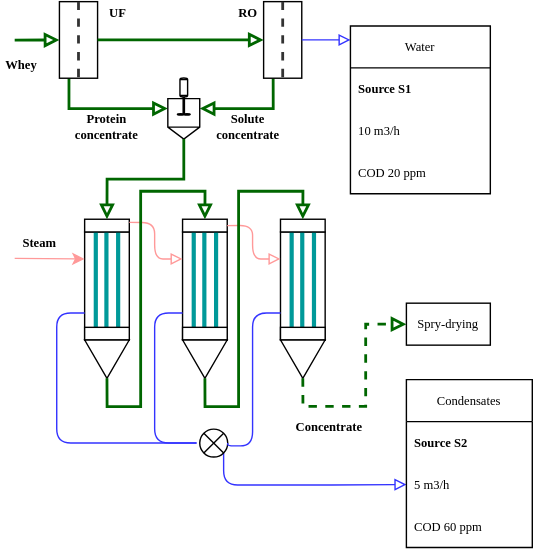
The draw.io diagram docs/source/WheyProcessing.drawio.svg in ROMDHANA/WaterOptim, before a commit. Source tidied: cells renumbered, new cells last; positions are measured from the earlier drawing's top-left corner, leaving out a move shared by most shapes.
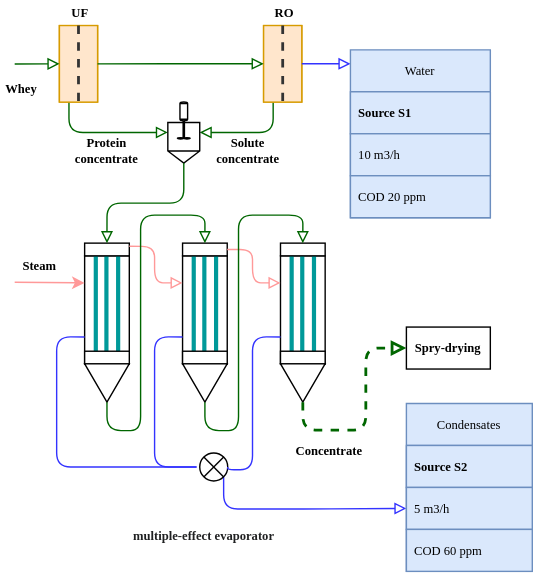
Above is the later version.

Change to the diagram source:
```diff
@@ -92,39 +92,39 @@
     <mxCell id="25" style="triangle;whiteSpace=wrap;html=1;rounded=0;shadow=0;glass=0;sketch=0;fontFamily=Verdana;fontSize=15;fontColor=default;startSize=23;strokeColor=default;strokeWidth=1;fillColor=default;rotation=90;" parent="18" vertex="1">
       <mxGeometry x="2.3" y="84.1" width="27.4" height="31.8" as="geometry" />
     </mxCell>
-    <mxCell id="26" style="edgeStyle=orthogonalEdgeStyle;rounded=0;jettySize=auto;html=1;exitX=1;exitY=0.5;exitDx=0;exitDy=0;exitPerimeter=0;entryX=1;entryY=0.75;entryDx=0;entryDy=0;fontFamily=Verdana;fontSize=15;fontColor=default;startArrow=block;startFill=0;endArrow=none;endFill=0;strokeColor=#006600;strokeWidth=2;fillColor=#FFCCCC;gradientColor=none;" parent="1" edge="1" source="28" target="33">
+    <mxCell id="26" style="edgeStyle=orthogonalEdgeStyle;rounded=1;jettySize=auto;html=1;exitX=1;exitY=0.5;exitDx=0;exitDy=0;exitPerimeter=0;entryX=1;entryY=0.75;entryDx=0;entryDy=0;fontFamily=Verdana;fontSize=15;fontColor=default;startArrow=block;startFill=0;endArrow=none;endFill=0;strokeColor=#006600;strokeWidth=1;fillColor=#FFCCCC;gradientColor=none;" parent="1" edge="1" source="28" target="33">
       <mxGeometry relative="1" as="geometry" />
     </mxCell>
-    <mxCell id="27" style="edgeStyle=orthogonalEdgeStyle;rounded=0;jettySize=auto;html=1;exitX=0;exitY=0.5;exitDx=0;exitDy=0;exitPerimeter=0;entryX=1;entryY=0.75;entryDx=0;entryDy=0;fontFamily=Verdana;fontSize=15;fontColor=default;startArrow=block;startFill=0;endArrow=none;endFill=0;strokeColor=#006600;strokeWidth=2;fillColor=#FFCCCC;gradientColor=none;" parent="1" edge="1" source="28" target="30">
+    <mxCell id="27" style="edgeStyle=orthogonalEdgeStyle;rounded=1;jettySize=auto;html=1;exitX=0;exitY=0.5;exitDx=0;exitDy=0;exitPerimeter=0;entryX=1;entryY=0.75;entryDx=0;entryDy=0;fontFamily=Verdana;fontSize=15;fontColor=default;startArrow=block;startFill=0;endArrow=none;endFill=0;strokeColor=#006600;strokeWidth=1;fillColor=#FFCCCC;gradientColor=none;" parent="1" edge="1" source="28" target="30">
       <mxGeometry relative="1" as="geometry" />
     </mxCell>
     <mxCell id="28" style="shape=mxgraph.pid.vessels.mixing_reactor;html=1;align=center;verticalLabelPosition=bottom;verticalAlign=top;dashed=0;rounded=0;shadow=0;glass=0;sketch=0;fontFamily=Verdana;fontSize=15;fontColor=default;startSize=23;strokeColor=default;strokeWidth=1;fillColor=default;" parent="1" vertex="1">
       <mxGeometry x="119.5" y="54.1" width="22.8" height="43.6" as="geometry" />
     </mxCell>
-    <mxCell id="29" style="group;" parent="1" vertex="1">
+    <mxCell id="29" style="group;fillColor=#ffe6cc;strokeColor=#d79b00;" parent="1" vertex="1">
       <mxGeometry x="41.9" y="-0.5" width="27.4" height="54.5" as="geometry" />
     </mxCell>
-    <mxCell id="30" style="rounded=0;whiteSpace=wrap;html=1;fontFamily=Verdana;fontSize=15;fontColor=default;startSize=23;strokeColor=default;fillColor=default;glass=0;shadow=0;sketch=0;rotation=90;" parent="29" vertex="1">
+    <mxCell id="30" style="rounded=0;whiteSpace=wrap;html=1;fontFamily=Verdana;fontSize=15;startSize=23;strokeColor=#d79b00;fillColor=#ffe6cc;glass=0;shadow=0;sketch=0;rotation=90;" parent="29" vertex="1">
       <mxGeometry x="-13.7" y="13.6" width="54.7" height="27.3" as="geometry" />
     </mxCell>
     <mxCell id="31" style="endArrow=none;dashed=1;html=1;rounded=0;fontFamily=Verdana;fontSize=15;fontColor=default;startSize=23;exitX=0;exitY=0.5;exitDx=0;exitDy=0;entryX=1;entryY=0.5;entryDx=0;entryDy=0;strokeWidth=2;strokeColor=#333333;" parent="29" edge="1" source="30" target="30">
       <mxGeometry relative="1" as="geometry" />
     </mxCell>
-    <mxCell id="32" style="group;" parent="1" vertex="1">
-      <mxGeometry x="187.9" y="-0.5" width="27.4" height="54.5" as="geometry" />
+    <mxCell id="32" style="group;fillColor=#ffe6cc;strokeColor=#d79b00;" parent="1" vertex="1">
+      <mxGeometry x="187.9" y="-0.4" width="27.4" height="54.5" as="geometry" />
     </mxCell>
-    <mxCell id="33" style="rounded=0;whiteSpace=wrap;html=1;fontFamily=Verdana;fontSize=15;fontColor=default;startSize=23;strokeColor=default;fillColor=default;glass=0;shadow=0;sketch=0;rotation=90;" parent="32" vertex="1">
+    <mxCell id="33" style="rounded=0;whiteSpace=wrap;html=1;fontFamily=Verdana;fontSize=15;startSize=23;strokeColor=#d79b00;fillColor=#ffe6cc;glass=0;shadow=0;sketch=0;rotation=90;" parent="32" vertex="1">
       <mxGeometry x="-13.7" y="13.6" width="54.7" height="27.3" as="geometry" />
     </mxCell>
     <mxCell id="34" style="endArrow=none;dashed=1;html=1;rounded=0;fontFamily=Verdana;fontSize=15;fontColor=default;startSize=23;exitX=0;exitY=0.5;exitDx=0;exitDy=0;entryX=1;entryY=0.5;entryDx=0;entryDy=0;strokeWidth=2;strokeColor=#333333;" parent="32" edge="1" source="33" target="33">
       <mxGeometry relative="1" as="geometry" />
     </mxCell>
-    <mxCell id="35" style="rounded=0;jettySize=auto;html=1;exitX=0.5;exitY=1;exitDx=0;exitDy=0;fontFamily=Verdana;fontSize=15;fontColor=default;strokeColor=#006600;strokeWidth=2;elbow=vertical;fillColor=#FFFFCC;gradientColor=none;endArrow=none;endFill=0;startArrow=block;startFill=0;" parent="1" edge="1" source="30">
+    <mxCell id="35" style="rounded=1;jettySize=auto;html=1;exitX=0.5;exitY=1;exitDx=0;exitDy=0;fontFamily=Verdana;fontSize=15;fontColor=default;strokeColor=#006600;strokeWidth=1;elbow=vertical;fillColor=#FFFFCC;gradientColor=none;endArrow=none;endFill=0;startArrow=block;startFill=0;" parent="1" edge="1" source="30">
       <mxGeometry relative="1" as="geometry">
         <mxPoint x="10" y="27" as="targetPoint" />
       </mxGeometry>
     </mxCell>
-    <mxCell id="36" style="edgeStyle=orthogonalEdgeStyle;rounded=0;jettySize=auto;html=1;exitX=0.5;exitY=0;exitDx=0;exitDy=0;entryX=0.5;entryY=1;entryDx=0;entryDy=0;entryPerimeter=0;fontFamily=Verdana;fontSize=15;fontColor=default;startArrow=block;startFill=0;endArrow=none;endFill=0;strokeColor=#006600;strokeWidth=2;fillColor=#FFCCCC;gradientColor=none;" parent="1" edge="1" source="7" target="28">
+    <mxCell id="36" style="edgeStyle=orthogonalEdgeStyle;rounded=1;jettySize=auto;html=1;exitX=0.5;exitY=0;exitDx=0;exitDy=0;entryX=0.5;entryY=1;entryDx=0;entryDy=0;entryPerimeter=0;fontFamily=Verdana;fontSize=15;fontColor=default;startArrow=block;startFill=0;endArrow=none;endFill=0;strokeColor=#006600;strokeWidth=1;fillColor=#FFCCCC;gradientColor=none;" parent="1" edge="1" source="7" target="28">
       <mxGeometry relative="1" as="geometry" />
     </mxCell>
     <mxCell id="37" style="edgeStyle=orthogonalEdgeStyle;rounded=1;jettySize=auto;html=1;exitX=0;exitY=0.25;exitDx=0;exitDy=0;entryX=1;entryY=0.25;entryDx=0;entryDy=0;fontFamily=Verdana;fontSize=15;fontColor=default;startArrow=block;startFill=0;endArrow=none;endFill=0;strokeColor=#FF9999;strokeWidth=1;fillColor=#FFCCCC;gradientColor=none;" parent="1" edge="1" source="11" target="7">
@@ -139,7 +139,7 @@
     <mxCell id="40" style="shape=sumEllipse;perimeter=ellipsePerimeter;whiteSpace=wrap;html=1;backgroundOutline=1;rounded=0;shadow=0;glass=0;sketch=0;fontFamily=Verdana;fontSize=15;fontColor=default;startSize=23;strokeColor=default;strokeWidth=1;fillColor=default;" parent="1" vertex="1">
       <mxGeometry x="142.3" y="305" width="20" height="20" as="geometry" />
     </mxCell>
-    <mxCell id="41" style="edgeStyle=orthogonalEdgeStyle;rounded=0;jettySize=auto;html=1;exitX=0.5;exitY=1;exitDx=0;exitDy=0;fontFamily=Verdana;fontSize=15;fontColor=default;startArrow=block;startFill=0;endArrow=none;endFill=0;strokeColor=#006600;strokeWidth=2;fillColor=#FFCCCC;gradientColor=none;" parent="1" edge="1" source="33" target="30">
+    <mxCell id="41" style="edgeStyle=orthogonalEdgeStyle;rounded=1;jettySize=auto;html=1;exitX=0.5;exitY=1;exitDx=0;exitDy=0;fontFamily=Verdana;fontSize=15;fontColor=default;startArrow=block;startFill=0;endArrow=none;endFill=0;strokeColor=#006600;strokeWidth=1;fillColor=#FFCCCC;gradientColor=none;" parent="1" edge="1" source="33" target="30">
       <mxGeometry relative="1" as="geometry" />
     </mxCell>
     <mxCell id="42" style="edgeStyle=orthogonalEdgeStyle;rounded=1;jettySize=auto;html=1;exitX=0.5;exitY=0;exitDx=0;exitDy=0;fontFamily=Verdana;fontSize=15;fontColor=default;startArrow=none;startFill=0;endArrow=block;endFill=0;strokeColor=#3333FF;strokeWidth=1;fillColor=#FFCCCC;gradientColor=none;" parent="1" edge="1" source="33">
@@ -147,7 +147,7 @@
         <mxPoint x="250" y="26.7" as="targetPoint" />
       </mxGeometry>
     </mxCell>
-    <mxCell id="43" style="edgeStyle=orthogonalEdgeStyle;rounded=0;jettySize=auto;html=1;exitX=1;exitY=0.5;exitDx=0;exitDy=0;fontFamily=Verdana;fontSize=15;fontColor=default;startArrow=none;startFill=0;endArrow=block;endFill=0;strokeColor=#006600;strokeWidth=2;fillColor=#FFCCCC;gradientColor=none;elbow=vertical;entryX=0.5;entryY=0;entryDx=0;entryDy=0;" parent="1" edge="1" source="9" target="15">
+    <mxCell id="43" style="edgeStyle=orthogonalEdgeStyle;rounded=1;jettySize=auto;html=1;exitX=1;exitY=0.5;exitDx=0;exitDy=0;fontFamily=Verdana;fontSize=15;fontColor=default;startArrow=none;startFill=0;endArrow=block;endFill=0;strokeColor=#006600;strokeWidth=1;fillColor=#FFCCCC;gradientColor=none;elbow=vertical;entryX=0.5;entryY=0;entryDx=0;entryDy=0;" parent="1" edge="1" source="9" target="15">
       <mxGeometry relative="1" as="geometry">
         <Array as="points">
           <mxPoint x="76" y="289" />
@@ -157,7 +157,7 @@
         </Array>
       </mxGeometry>
     </mxCell>
-    <mxCell id="44" style="edgeStyle=orthogonalEdgeStyle;rounded=0;jettySize=auto;html=1;exitX=1;exitY=0.5;exitDx=0;exitDy=0;fontFamily=Verdana;fontSize=15;fontColor=default;startArrow=none;startFill=0;endArrow=block;endFill=0;strokeColor=#006600;strokeWidth=2;fillColor=#FFCCCC;gradientColor=none;elbow=vertical;entryX=0.5;entryY=0;entryDx=0;entryDy=0;" parent="1" edge="1" source="17" target="23">
+    <mxCell id="44" style="edgeStyle=orthogonalEdgeStyle;rounded=1;jettySize=auto;html=1;exitX=1;exitY=0.5;exitDx=0;exitDy=0;fontFamily=Verdana;fontSize=15;fontColor=default;startArrow=none;startFill=0;endArrow=block;endFill=0;strokeColor=#006600;strokeWidth=1;fillColor=#FFCCCC;gradientColor=none;elbow=vertical;entryX=0.5;entryY=0;entryDx=0;entryDy=0;" parent="1" edge="1" source="17" target="23">
       <mxGeometry relative="1" as="geometry">
         <Array as="points">
           <mxPoint x="146" y="289" />
@@ -194,10 +194,10 @@
         </Array>
       </mxGeometry>
     </mxCell>
-    <mxCell id="48" value="Spry-drying" style="text;html=1;strokeColor=default;fillColor=none;align=center;verticalAlign=middle;whiteSpace=wrap;rounded=0;shadow=0;glass=0;sketch=0;fontFamily=Verdana;fontSize=9;fontColor=default;startSize=23;" parent="1" vertex="1">
+    <mxCell id="48" value="Spry-drying" style="text;html=1;strokeColor=default;fillColor=none;align=center;verticalAlign=middle;whiteSpace=wrap;rounded=0;shadow=0;glass=0;sketch=0;fontFamily=Verdana;fontSize=9;fontColor=default;startSize=23;fontStyle=1;" parent="1" vertex="1">
       <mxGeometry x="290" y="215" width="60" height="30" as="geometry" />
     </mxCell>
-    <mxCell id="49" style="edgeStyle=orthogonalEdgeStyle;rounded=0;jettySize=auto;html=1;exitX=1;exitY=0.5;exitDx=0;exitDy=0;entryX=0;entryY=0.5;entryDx=0;entryDy=0;fontFamily=Verdana;fontSize=15;fontColor=default;startArrow=none;startFill=0;endArrow=block;endFill=0;strokeColor=#006600;strokeWidth=2;fillColor=#FFCCCC;gradientColor=none;elbow=vertical;dashed=1;" parent="1" edge="1" source="25" target="48">
+    <mxCell id="49" style="edgeStyle=orthogonalEdgeStyle;jettySize=auto;html=1;exitX=1;exitY=0.5;exitDx=0;exitDy=0;entryX=0;entryY=0.5;entryDx=0;entryDy=0;fontFamily=Verdana;fontSize=15;fontColor=default;startArrow=none;startFill=0;endArrow=block;endFill=0;strokeColor=#006600;strokeWidth=2;fillColor=#FFCCCC;gradientColor=none;elbow=vertical;dashed=1;rounded=1;" parent="1" edge="1" source="25" target="48">
       <mxGeometry relative="1" as="geometry" />
     </mxCell>
     <mxCell id="50" style="endArrow=classic;html=1;rounded=1;fontFamily=Verdana;fontSize=9;fontColor=default;strokeColor=#FF9999;strokeWidth=1;fillColor=#FFCCCC;gradientColor=none;elbow=vertical;entryX=0;entryY=0.25;entryDx=0;entryDy=0;" parent="1" edge="1" target="3">
@@ -206,33 +206,33 @@
       </mxGeometry>
     </mxCell>
     <mxCell id="51" value="UF" style="text;html=1;strokeColor=none;fillColor=none;align=center;verticalAlign=middle;whiteSpace=wrap;rounded=0;shadow=0;glass=0;sketch=0;fontFamily=Verdana;fontSize=9;fontColor=default;startSize=23;fontStyle=1;" parent="1" vertex="1">
-      <mxGeometry x="69.3" y="-0.5" width="30" height="17.3" as="geometry" />
+      <mxGeometry x="41.9" y="-17.7" width="30" height="17.3" as="geometry" />
     </mxCell>
     <mxCell id="52" value="RO" style="text;html=1;strokeColor=none;fillColor=none;align=center;verticalAlign=middle;whiteSpace=wrap;rounded=0;shadow=0;glass=0;sketch=0;fontFamily=Verdana;fontSize=9;fontColor=default;startSize=23;fontStyle=1;" parent="1" vertex="1">
-      <mxGeometry x="161.9" y="-0.5" width="30" height="17.3" as="geometry" />
+      <mxGeometry x="187.9" y="-17.7" width="30" height="17.3" as="geometry" />
     </mxCell>
-    <mxCell id="53" value="Water" style="swimlane;fontStyle=0;horizontal=1;startSize=30;rounded=0;shadow=0;glass=0;sketch=0;fontFamily=Verdana;fontSize=9;fontColor=default;strokeColor=default;strokeWidth=1;fillColor=default;swimlaneLine=1;" parent="1" vertex="1">
+    <mxCell id="53" value="Water" style="swimlane;fontStyle=0;horizontal=1;startSize=30;rounded=0;shadow=0;glass=0;sketch=0;fontFamily=Verdana;fontSize=9;strokeColor=#6c8ebf;strokeWidth=1;fillColor=#dae8fc;swimlaneLine=1;" parent="1" vertex="1">
       <mxGeometry x="250" y="16.8" width="100" height="120" as="geometry" />
     </mxCell>
-    <mxCell id="54" value="Source S1" style="text;strokeColor=none;fillColor=none;align=left;verticalAlign=middle;spacingLeft=4;spacingRight=4;overflow=hidden;rounded=0;shadow=0;glass=0;sketch=0;fontFamily=Verdana;fontSize=9;fontColor=default;startSize=23;fontStyle=1;" parent="53" vertex="1">
+    <mxCell id="54" value="Source S1" style="text;strokeColor=#6c8ebf;fillColor=#dae8fc;align=left;verticalAlign=middle;spacingLeft=4;spacingRight=4;overflow=hidden;rounded=0;shadow=0;glass=0;sketch=0;fontFamily=Verdana;fontSize=9;startSize=23;fontStyle=1;" parent="53" vertex="1">
       <mxGeometry y="30" width="100" height="30" as="geometry" />
     </mxCell>
-    <mxCell id="55" value="10 m3/h" style="text;strokeColor=none;fillColor=none;align=left;verticalAlign=middle;spacingLeft=4;spacingRight=4;overflow=hidden;rounded=0;shadow=0;glass=0;sketch=0;fontFamily=Verdana;fontSize=9;fontColor=default;startSize=23;" parent="53" vertex="1">
+    <mxCell id="55" value="10 m3/h" style="text;strokeColor=#6c8ebf;fillColor=#dae8fc;align=left;verticalAlign=middle;spacingLeft=4;spacingRight=4;overflow=hidden;rounded=0;shadow=0;glass=0;sketch=0;fontFamily=Verdana;fontSize=9;startSize=23;" parent="53" vertex="1">
       <mxGeometry y="60" width="100" height="30" as="geometry" />
     </mxCell>
-    <mxCell id="56" value="COD 20 ppm" style="text;strokeColor=none;fillColor=none;align=left;verticalAlign=middle;spacingLeft=4;spacingRight=4;overflow=hidden;rounded=0;shadow=0;glass=0;sketch=0;fontFamily=Verdana;fontSize=9;fontColor=default;startSize=23;" parent="53" vertex="1">
+    <mxCell id="56" value="COD 20 ppm" style="text;strokeColor=#6c8ebf;fillColor=#dae8fc;align=left;verticalAlign=middle;spacingLeft=4;spacingRight=4;overflow=hidden;rounded=0;shadow=0;glass=0;sketch=0;fontFamily=Verdana;fontSize=9;startSize=23;" parent="53" vertex="1">
       <mxGeometry y="90" width="100" height="30" as="geometry" />
     </mxCell>
-    <mxCell id="57" value="Condensates" style="swimlane;fontStyle=0;horizontal=1;startSize=30;rounded=0;shadow=0;glass=0;sketch=0;fontFamily=Verdana;fontSize=9;fontColor=default;strokeColor=default;strokeWidth=1;fillColor=default;swimlaneLine=1;" parent="1" vertex="1">
+    <mxCell id="57" value="Condensates" style="swimlane;fontStyle=0;horizontal=1;startSize=30;rounded=0;shadow=0;glass=0;sketch=0;fontFamily=Verdana;fontSize=9;strokeColor=#6c8ebf;strokeWidth=1;fillColor=#dae8fc;swimlaneLine=1;" parent="1" vertex="1">
       <mxGeometry x="290" y="269.6" width="90" height="120" as="geometry" />
     </mxCell>
-    <mxCell id="58" value="Source S2" style="text;strokeColor=none;fillColor=none;align=left;verticalAlign=middle;spacingLeft=4;spacingRight=4;overflow=hidden;rounded=0;shadow=0;glass=0;sketch=0;fontFamily=Verdana;fontSize=9;fontColor=default;startSize=23;fontStyle=1;" parent="57" vertex="1">
+    <mxCell id="58" value="Source S2" style="text;strokeColor=#6c8ebf;fillColor=#dae8fc;align=left;verticalAlign=middle;spacingLeft=4;spacingRight=4;overflow=hidden;rounded=0;shadow=0;glass=0;sketch=0;fontFamily=Verdana;fontSize=9;startSize=23;fontStyle=1;" parent="57" vertex="1">
       <mxGeometry y="30" width="90" height="30" as="geometry" />
     </mxCell>
-    <mxCell id="59" value="5 m3/h" style="text;strokeColor=none;fillColor=none;align=left;verticalAlign=middle;spacingLeft=4;spacingRight=4;overflow=hidden;points=[[0,0.5],[1,0.5]];portConstraint=eastwest;rounded=0;shadow=0;glass=0;sketch=0;fontFamily=Verdana;fontSize=9;fontColor=default;startSize=23;" parent="57" vertex="1">
+    <mxCell id="59" value="5 m3/h" style="text;strokeColor=#6c8ebf;fillColor=#dae8fc;align=left;verticalAlign=middle;spacingLeft=4;spacingRight=4;overflow=hidden;points=[[0,0.5],[1,0.5]];portConstraint=eastwest;rounded=0;shadow=0;glass=0;sketch=0;fontFamily=Verdana;fontSize=9;startSize=23;" parent="57" vertex="1">
       <mxGeometry y="60" width="90" height="30" as="geometry" />
     </mxCell>
-    <mxCell id="60" value="COD 60 ppm" style="text;strokeColor=none;fillColor=none;align=left;verticalAlign=middle;spacingLeft=4;spacingRight=4;overflow=hidden;rounded=0;shadow=0;glass=0;sketch=0;fontFamily=Verdana;fontSize=9;fontColor=default;startSize=23;" parent="57" vertex="1">
+    <mxCell id="60" value="COD 60 ppm" style="text;strokeColor=#6c8ebf;fillColor=#dae8fc;align=left;verticalAlign=middle;spacingLeft=4;spacingRight=4;overflow=hidden;rounded=0;shadow=0;glass=0;sketch=0;fontFamily=Verdana;fontSize=9;startSize=23;" parent="57" vertex="1">
       <mxGeometry y="90" width="90" height="30" as="geometry" />
     </mxCell>
     <mxCell id="61" value="Whey" style="text;html=1;strokeColor=none;fillColor=none;align=center;verticalAlign=middle;whiteSpace=wrap;rounded=0;shadow=0;glass=0;sketch=0;fontFamily=Verdana;fontSize=9;fontColor=default;startSize=23;fontStyle=1;" parent="1" vertex="1">
@@ -250,5 +250,8 @@
     <mxCell id="65" value="Concentrate" style="text;html=1;strokeColor=none;fillColor=none;align=center;verticalAlign=middle;whiteSpace=wrap;rounded=0;shadow=0;glass=0;sketch=0;fontFamily=Verdana;fontSize=9;fontColor=default;startSize=23;fontStyle=1;" parent="1" vertex="1">
       <mxGeometry x="220" y="295" width="30" height="17.3" as="geometry" />
     </mxCell>
+    <mxCell id="66" value="&lt;span style=&quot;color: rgb(32, 33, 34); font-size: 9px; text-align: start; background-color: rgb(255, 255, 255);&quot;&gt;multiple-effect evaporator&lt;/span&gt;" style="text;html=1;strokeColor=none;fillColor=none;align=center;verticalAlign=middle;whiteSpace=wrap;rounded=0;shadow=0;glass=0;sketch=0;fontFamily=Verdana;fontSize=9;fontColor=default;startSize=23;fontStyle=1;" parent="1" vertex="1">
+      <mxGeometry x="51.2" y="356" width="189.5" height="17.3" as="geometry" />
+    </mxCell>
   </root>
 </mxGraphModel>
```
